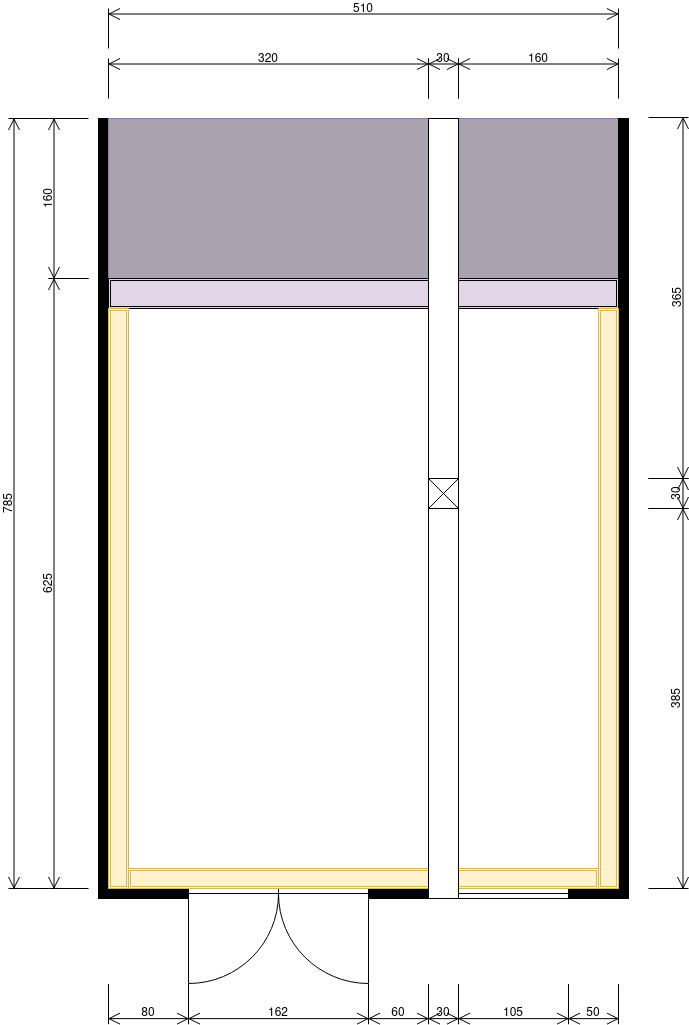
Before: atelier.drawio.png, a diagram exported from draw.io (fckff/drawio). Source tidied: cells renumbered, new cells last; positions are measured from the earlier drawing's top-left corner, leaving out a move shared by most shapes.
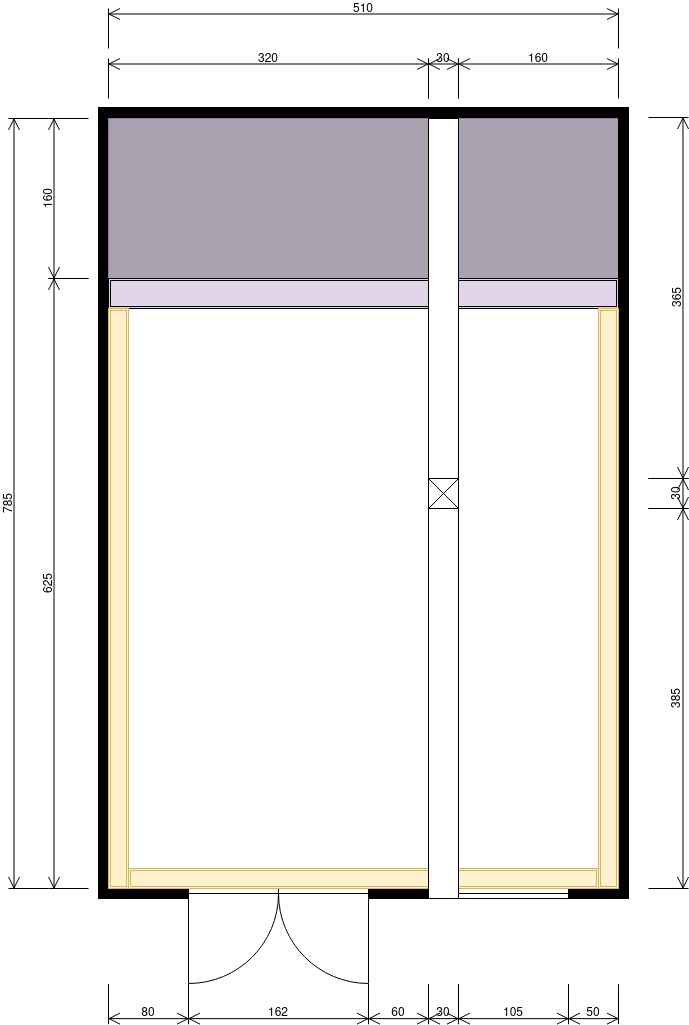
Above is the later version.

The edit, as a diff of the source:
```diff
@@ -95,5 +95,8 @@
     <mxCell id="32" value="105" style="shape=dimension;whiteSpace=wrap;html=1;align=center;verticalAlign=bottom;spacingBottom=3;labelBackgroundColor=none;" parent="1" vertex="1">
       <mxGeometry x="450" y="975.6" width="110" height="40" as="geometry" />
     </mxCell>
+    <mxCell id="33" style="verticalLabelPosition=bottom;html=1;verticalAlign=top;align=center;shape=mxgraph.floorplan.wall;fillColor=strokeColor;" parent="1" vertex="1">
+      <mxGeometry x="90" y="99" width="530" height="10" as="geometry" />
+    </mxCell>
   </root>
 </mxGraphModel>
```
